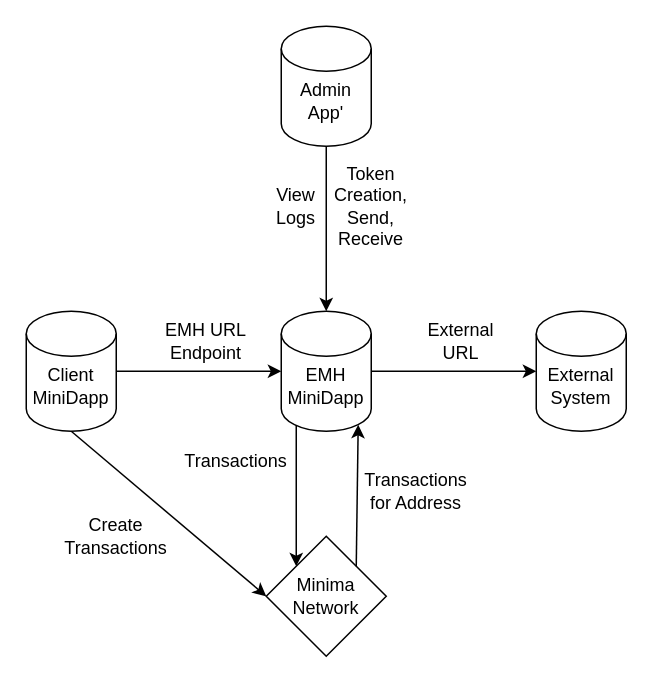
Earlier version of the draw.io diagram docs/images/flow.drawio (minima-global/emh). Source tidied: cells renumbered, new cells numbered last; positions are measured from the earlier drawing's top-left corner, leaving out a move shared by most shapes. Both pictures are drawn from the tidied source at 150%, with x=0, y=0 at pixel (26, 26).
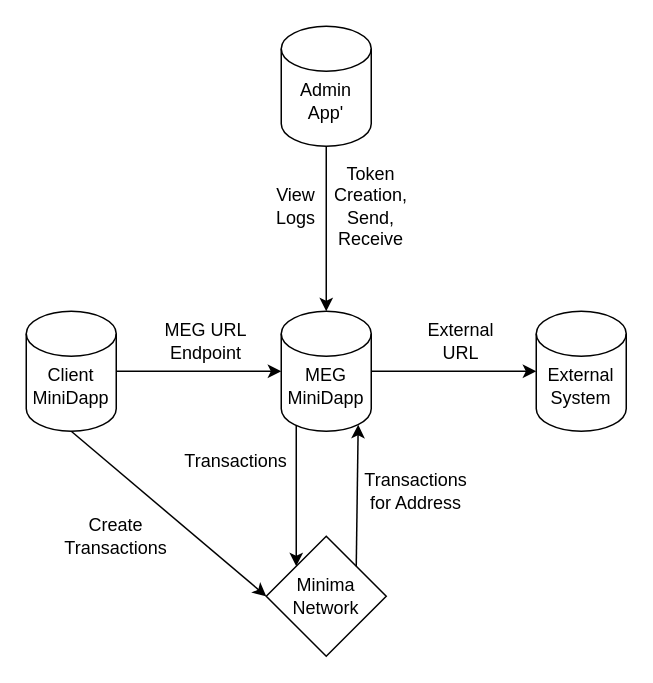
Above is the later version.

What changed in the source:
```diff
@@
-    <mxCell id="4" value="EMH&lt;br&gt;MiniDapp" style="text;html=1;strokeColor=none;fillColor=none;align=center;verticalAlign=middle;whiteSpace=wrap;rounded=0;" parent="1" vertex="1">
+    <mxCell id="4" value="MEG&lt;br&gt;MiniDapp" style="text;html=1;strokeColor=none;fillColor=none;align=center;verticalAlign=middle;whiteSpace=wrap;rounded=0;" parent="1" vertex="1">
       <mxGeometry x="180" y="230" width="40" height="20" as="geometry" />
     </mxCell>
@@
-    <mxCell id="10" value="EMH URL Endpoint" style="text;html=1;strokeColor=none;fillColor=none;align=center;verticalAlign=middle;whiteSpace=wrap;rounded=0;" parent="1" vertex="1">
+    <mxCell id="10" value="MEG URL Endpoint" style="text;html=1;strokeColor=none;fillColor=none;align=center;verticalAlign=middle;whiteSpace=wrap;rounded=0;" parent="1" vertex="1">
       <mxGeometry x="80" y="200" width="80" height="20" as="geometry" />
     </mxCell>
```
